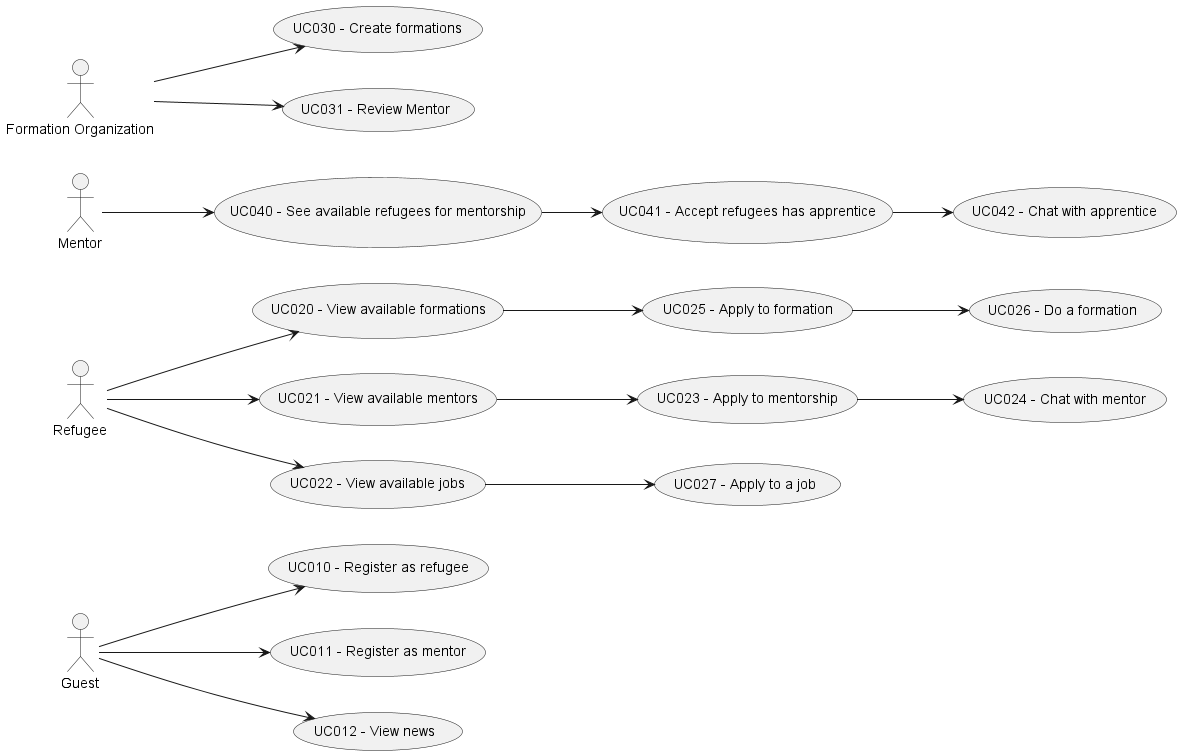
Earlier version of the PlantUML export Doc/Requirements/png/UseCaseDiagram.png (kanzodotjava/RefugeeLINK).
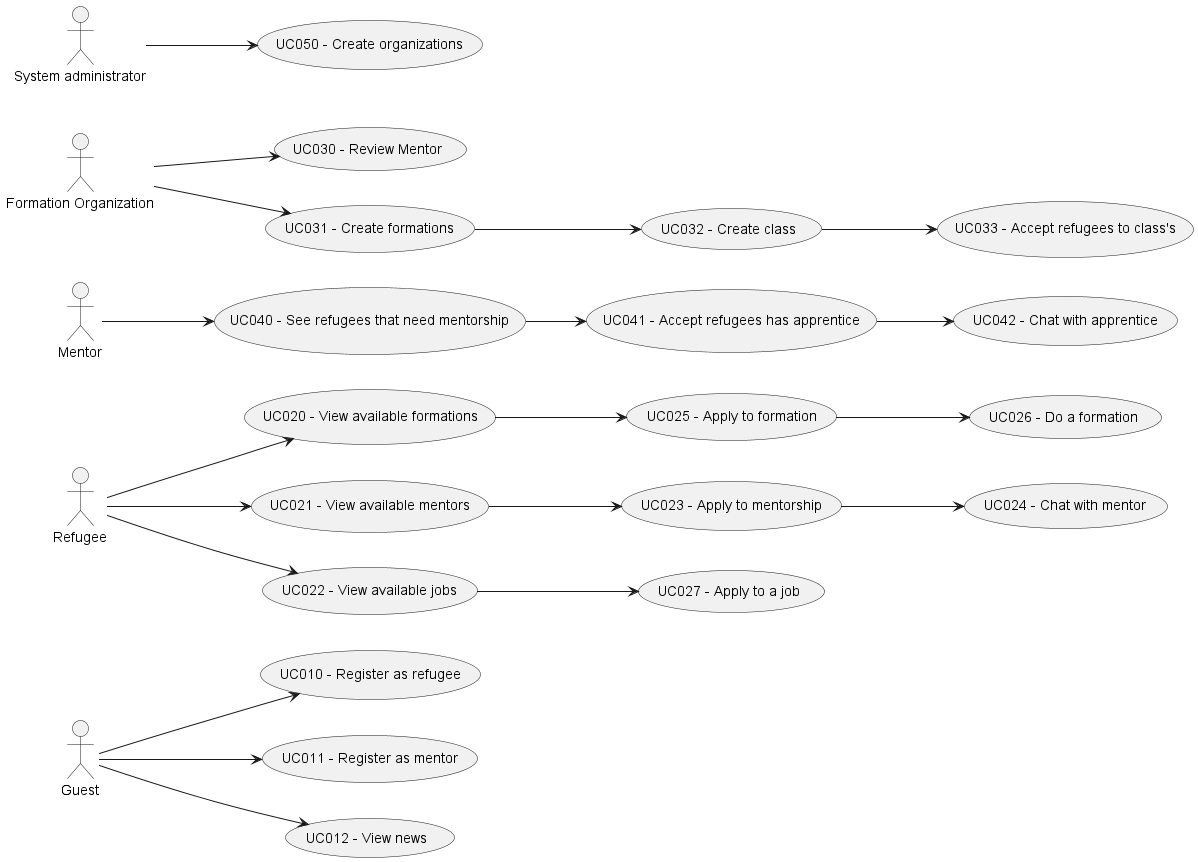
Later version of the same file.

Change to the diagram source:
```diff
@@ -6,6 +6,7 @@
 actor "Refugee" as Refugee
 actor "Mentor" as Mentor
 actor "Formation Organization" as Org
+actor "System administrator" as Admin
 
 usecase "UC010 - Register as refugee" as UC010
 usecase "UC011 - Register as mentor" as UC011
@@ -22,23 +23,34 @@
 usecase "UC027 - Apply to a job" as UC027
 
 
+usecase "UC030 - Review Mentor" as UC030
+usecase "UC031 - Create formations" as UC031
+usecase "UC032 - Create class" as UC032
+usecase "UC033 - Accept refugees to class's" as UC033
 
-usecase "UC030 - Create formations" as UC030
-usecase "UC031 - Review Mentor" as UC031
-usecase "UC040 - See available refugees for mentorship" as UC040
+usecase "UC040 - See refugees that need mentorship" as UC040
 usecase "UC041 - Accept refugees has apprentice" as UC041
 usecase "UC042 - Chat with apprentice" as UC042
+
+usecase "UC050 - Create organizations" as UC050
 
 
 Guest --> UC010
 Guest --> UC011
 Guest --> UC012
+
 Refugee --> UC020
 Refugee --> UC021
 Refugee --> UC022
-Mentor --> UC040
+
 Org --> UC030
 Org --> UC031
+
+Mentor --> UC040
+
+Admin --> UC050
+
+
 UC021 --> UC023
 UC023 --> UC024
 UC020 --> UC025
@@ -46,6 +58,8 @@
 UC040 --> UC041
 UC041 --> UC042
 UC022 --> UC027
+UC031 --> UC032
+UC032 --> UC033
 
 
 
```
